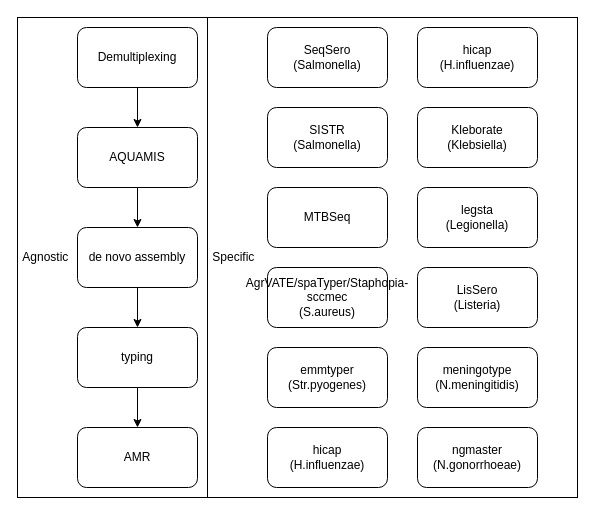
NMRL/Ardetype keeps this draw.io diagram as Untitled Diagram.drawio. Above is the earlier version. Source tidied: cells renumbered, new cells numbered last; positions are measured from the earlier drawing's top-left corner, leaving out a move shared by most shapes. Both pictures are drawn from the tidied source at 100%, with x=0, y=0 at pixel (17, 17).
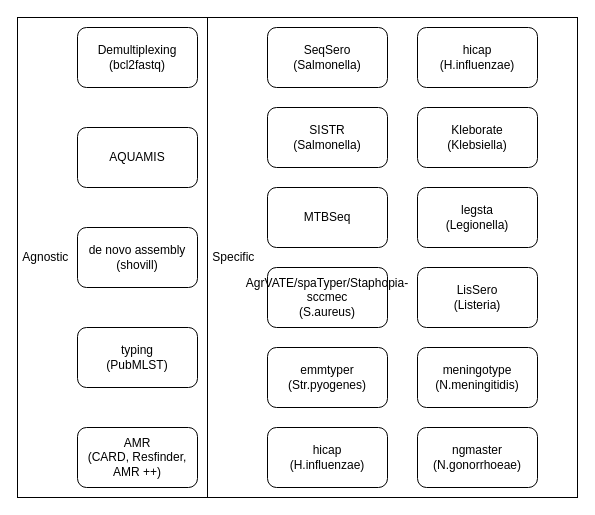
Above is the later version.

The change refers to these unchanged cells:
```xml
<mxCell id="6" value="AQUAMIS" style="rounded=1;whiteSpace=wrap;html=1;" parent="1" vertex="1">
  <mxGeometry x="60" y="110" width="120" height="60" as="geometry" />
</mxCell>
```

What changed in the source:
```diff
@@
-    <mxCell id="3" style="edgeStyle=orthogonalEdgeStyle;rounded=0;jettySize=auto;html=1;exitX=0.5;exitY=1;exitDx=0;exitDy=0;entryX=0.5;entryY=0;entryDx=0;entryDy=0;" parent="1" edge="1" source="4" target="6">
-      <mxGeometry relative="1" as="geometry" />
-    </mxCell>
-    <mxCell id="4" value="Demultiplexing" style="rounded=1;whiteSpace=wrap;html=1;" parent="1" vertex="1">
+    <mxCell id="4" value="&lt;div&gt;Demultiplexing&lt;/div&gt;(bcl2fastq)" style="rounded=1;whiteSpace=wrap;html=1;" parent="1" vertex="1">
       <mxGeometry x="60" y="10" width="120" height="60" as="geometry" />
     </mxCell>
-    <mxCell id="5" style="edgeStyle=orthogonalEdgeStyle;rounded=0;jettySize=auto;html=1;exitX=0.5;exitY=1;exitDx=0;exitDy=0;entryX=0.5;entryY=0;entryDx=0;entryDy=0;" parent="1" edge="1" source="6" target="8">
-      <mxGeometry relative="1" as="geometry" />
-    </mxCell>
@@
-    <mxCell id="7" style="edgeStyle=orthogonalEdgeStyle;rounded=0;jettySize=auto;html=1;" parent="1" edge="1" source="8" target="10">
-      <mxGeometry relative="1" as="geometry" />
-    </mxCell>
-    <mxCell id="8" value="&lt;br&gt;&lt;div&gt;de novo assembly&lt;/div&gt;&lt;div&gt;&lt;br&gt;&lt;/div&gt;" style="rounded=1;whiteSpace=wrap;html=1;" parent="1" vertex="1">
+    <mxCell id="8" value="&lt;br&gt;&lt;div&gt;de novo assembly&lt;/div&gt;&lt;div&gt;(shovill)&lt;br&gt;&lt;/div&gt;&lt;div&gt;&lt;br&gt;&lt;/div&gt;" style="rounded=1;whiteSpace=wrap;html=1;" parent="1" vertex="1">
       <mxGeometry x="60" y="210" width="120" height="60" as="geometry" />
     </mxCell>
-    <mxCell id="9" style="edgeStyle=orthogonalEdgeStyle;rounded=0;jettySize=auto;html=1;" parent="1" edge="1" source="10" target="11">
-      <mxGeometry relative="1" as="geometry" />
-    </mxCell>
-    <mxCell id="10" value="typing" style="rounded=1;whiteSpace=wrap;html=1;" parent="1" vertex="1">
+    <mxCell id="10" value="&lt;div&gt;typing&lt;/div&gt;(PubMLST)" style="rounded=1;whiteSpace=wrap;html=1;" parent="1" vertex="1">
       <mxGeometry x="60" y="310" width="120" height="60" as="geometry" />
     </mxCell>
-    <mxCell id="11" value="AMR" style="rounded=1;whiteSpace=wrap;html=1;" parent="1" vertex="1">
+    <mxCell id="11" value="&lt;div&gt;AMR&lt;/div&gt;(CARD, Resfinder, AMR ++)" style="rounded=1;whiteSpace=wrap;html=1;" parent="1" vertex="1">
       <mxGeometry x="60" y="410" width="120" height="60" as="geometry" />
     </mxCell>
```
